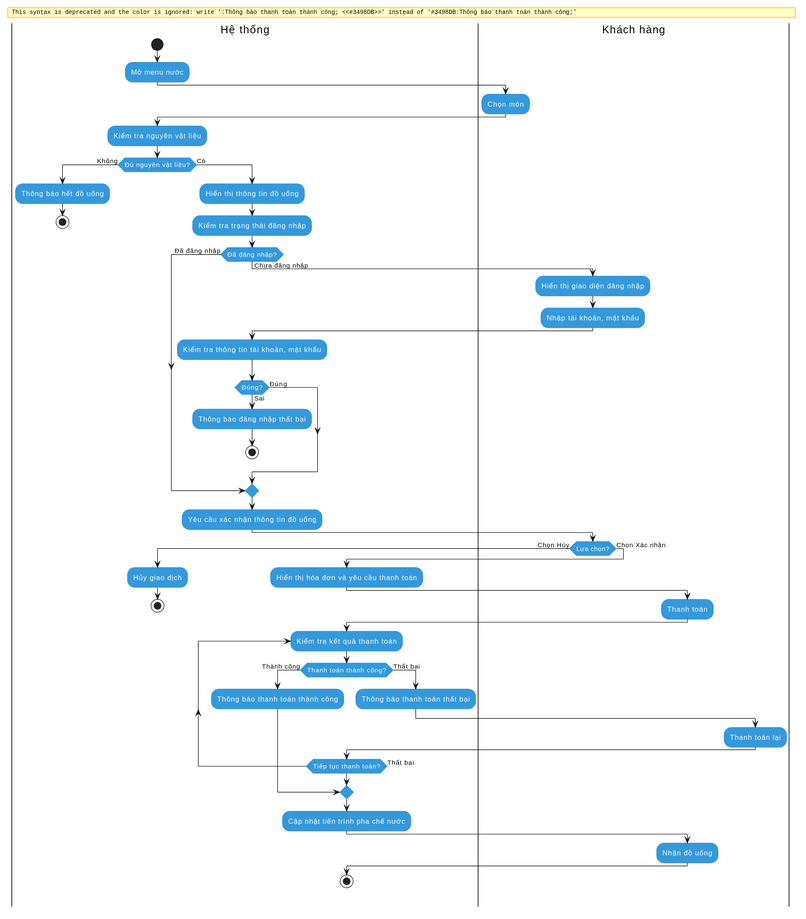
Above: docs/diagrams/activity-diagram.svg in nhattranhuynhthien/BrewLite_Assignment_2 (PlantUML), before the change.
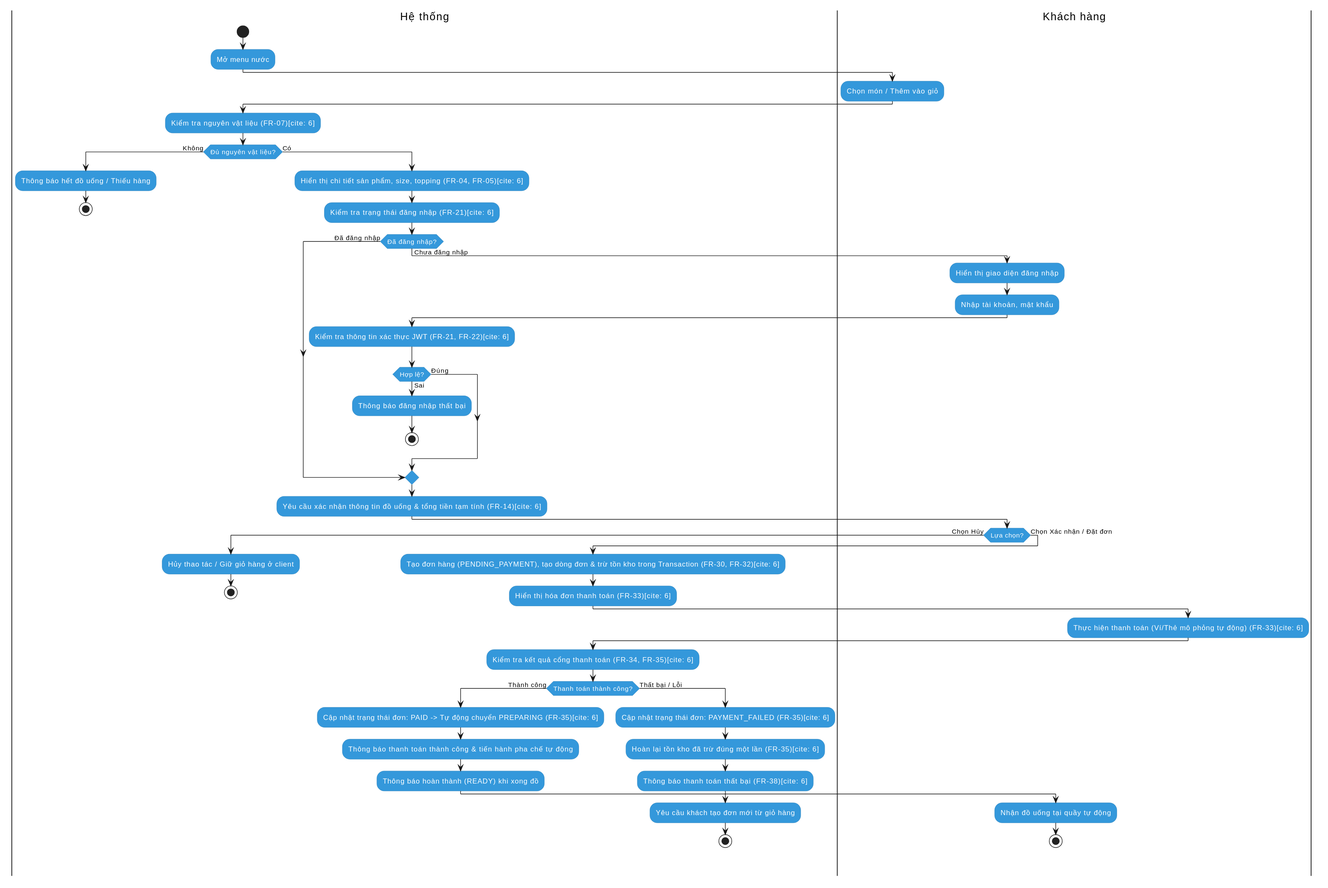
After the change.

Commit message:
sửa sơ đồ hoạt động

Change to the diagram source:
```diff
@@ -10,16 +10,16 @@
 :Mở menu nước;
 
 |Khách hàng|
-:Chọn món;
+:Chọn món / Thêm vào giỏ;
 
 |Hệ thống|
-:Kiểm tra nguyên vật liệu;
+:Kiểm tra nguyên vật liệu (FR-07)[cite: 6];
 if (Đủ nguyên vật liệu?) then (Không)
-    :Thông báo hết đồ uống;
+    :Thông báo hết đồ uống / Thiếu hàng;
     stop
 else (Có)
-    :Hiển thị thông tin đồ uống;
-    :Kiểm tra trạng thái đăng nhập;
+    :Hiển thị chi tiết sản phẩm, size, topping (FR-04, FR-05)[cite: 6];
+    :Kiểm tra trạng thái đăng nhập (FR-21)[cite: 6];
 
     if (Đã đăng nhập?) then (Chưa đăng nhập)
         |Khách hàng|
@@ -27,8 +27,8 @@
         :Nhập tài khoản, mật khẩu;
 
         |Hệ thống|
-        :Kiểm tra thông tin tài khoản, mật khẩu;
-        if (Đúng?) then (Sai)
+        :Kiểm tra thông tin xác thực JWT (FR-21, FR-22)[cite: 6];
+        if (Hợp lệ?) then (Sai)
             :Thông báo đăng nhập thất bại;
             stop
         else (Đúng)
@@ -37,40 +37,40 @@
     endif
 
     |Hệ thống|
-    :Yêu cầu xác nhận thông tin đồ uống;
+    :Yêu cầu xác nhận thông tin đồ uống & tổng tiền tạm tính (FR-14)[cite: 6];
 
     |Khách hàng|
     if (Lựa chọn?) then (Chọn Hủy)
         |Hệ thống|
-        :Hủy giao dịch;
+        :Hủy thao tác / Giữ giỏ hàng ở client;
         stop
-    else (Chọn Xác nhận)
+    else (Chọn Xác nhận / Đặt đơn)
         |Hệ thống|
-        :Hiển thị hóa đơn và yêu cầu thanh toán;
+        :Tạo đơn hàng (PENDING_PAYMENT), tạo dòng đơn & trừ tồn kho trong Transaction (FR-30, FR-32)[cite: 6];
+        :Hiển thị hóa đơn thanh toán (FR-33)[cite: 6];
 
         |Khách hàng|
-        :Thanh toán;
+        :Thực hiện thanh toán (Ví/Thẻ mô phỏng tự động) (FR-33)[cite: 6];
 
         |Hệ thống|
-        repeat :Kiểm tra kết quả thanh toán;
-            if (Thanh toán thành công?) then (Thành công)
-                #3498DB:Thông báo thanh toán thành công;
-                break
-            else (Thất bại)
-                :Thông báo thanh toán thất bại;
-                |Khách hàng|
-                :Thanh toán lại;
-                |Hệ thống|
-            endif
-        repeat while (Tiếp tục thanh toán?) is (Thất bại)
+        :Kiểm tra kết quả cổng thanh toán (FR-34, FR-35)[cite: 6];
 
-        :Cập nhật tiến trình pha chế nước;
+        if (Thanh toán thành công?) then (Thành công)
+            :Cập nhật trạng thái đơn: PAID -> Tự động chuyển PREPARING (FR-35)[cite: 6];
+            :Thông báo thanh toán thành công & tiến hành pha chế tự động;
+            :Thông báo hoàn thành (READY) khi xong đồ;
 
-        |Khách hàng|
-        :Nhận đồ uống;
-
-        |Hệ thống|
-        stop
+            |Khách hàng|
+            :Nhận đồ uống tại quầy tự động;
+            stop
+        else (Thất bại / Lỗi)
+            |Hệ thống|
+            :Cập nhật trạng thái đơn: PAYMENT_FAILED (FR-35)[cite: 6];
+            :Hoàn lại tồn kho đã trừ đúng một lần (FR-35)[cite: 6];
+            :Thông báo thanh toán thất bại (FR-38)[cite: 6];
+            :Yêu cầu khách tạo đơn mới từ giỏ hàng;
+            stop
+        endif
     endif
 endif
 @enduml
```
